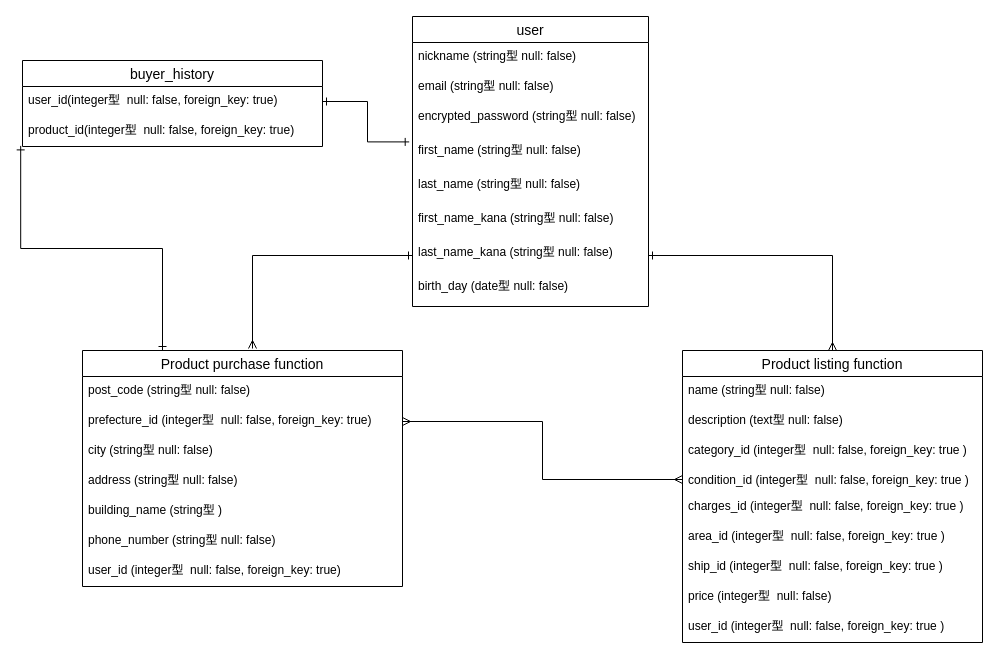
Above: furima.dio in ocha185/furima-33547 (draw.io), before the change. Source tidied: cells renumbered, new cells numbered last; positions are measured from the earlier drawing's top-left corner, leaving out a move shared by most shapes. Both pictures are drawn from the tidied source at 100%, with x=0, y=0 at pixel (22, 16).
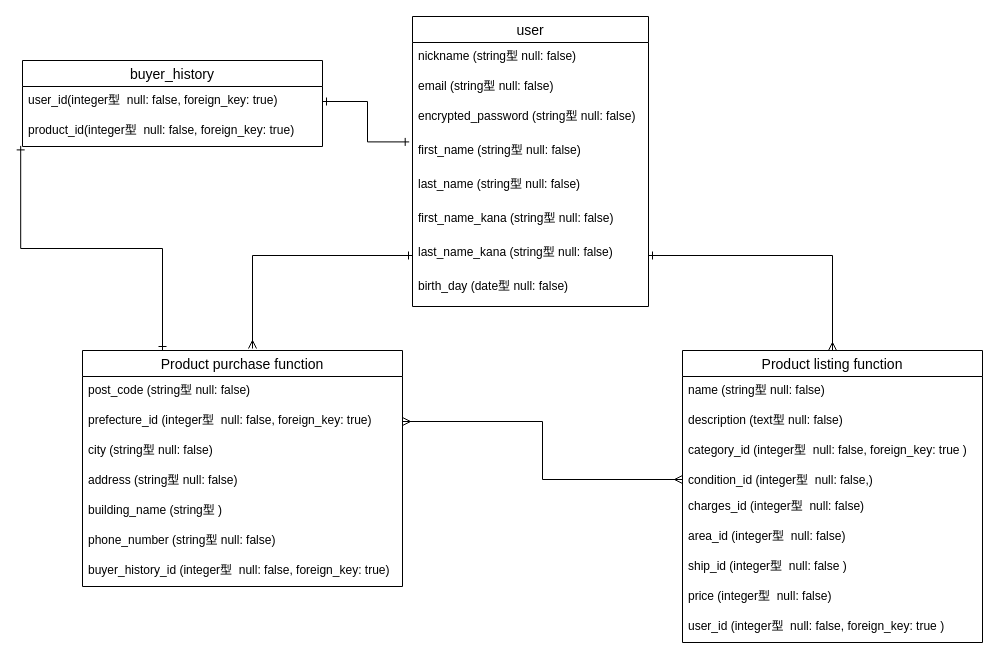
The same diagram, later.

Commit message (it also covers changes not shown here):
データベースの修正5

The change refers to these unchanged cells:
```xml
<mxCell id="11" value="Product listing function" style="swimlane;fontStyle=0;horizontal=1;startSize=26;align=center;fontSize=14;" parent="1" vertex="1">
  <mxGeometry x="660" y="334" width="300" height="292" as="geometry" />
</mxCell>
<mxCell id="22" value="Product purchase function" style="swimlane;fontStyle=0;horizontal=1;startSize=26;align=center;fontSize=14;" parent="1" vertex="1">
  <mxGeometry x="60" y="334" width="320" height="236" as="geometry" />
</mxCell>
```

What changed in the source:
```diff
@@
-    <mxCell id="15" value="condition_id (integer型  null: false, foreign_key: true )" style="text;strokeColor=none;fillColor=none;spacingLeft=4;spacingRight=4;overflow=hidden;points=[[0,0.5],[1,0.5]];portConstraint=eastwest;fontSize=12;" parent="11" vertex="1">
+    <mxCell id="15" value="condition_id (integer型  null: false,)" style="text;strokeColor=none;fillColor=none;spacingLeft=4;spacingRight=4;overflow=hidden;points=[[0,0.5],[1,0.5]];portConstraint=eastwest;fontSize=12;" parent="11" vertex="1">
       <mxGeometry y="116" width="300" height="26" as="geometry" />
     </mxCell>
-    <mxCell id="16" value="charges_id (integer型  null: false, foreign_key: true )" style="text;strokeColor=none;fillColor=none;spacingLeft=4;spacingRight=4;overflow=hidden;fontSize=12;" parent="11" vertex="1">
+    <mxCell id="16" value="charges_id (integer型  null: false)" style="text;strokeColor=none;fillColor=none;spacingLeft=4;spacingRight=4;overflow=hidden;fontSize=12;" parent="11" vertex="1">
       <mxGeometry y="142" width="300" height="30" as="geometry" />
     </mxCell>
-    <mxCell id="17" value="area_id (integer型  null: false, foreign_key: true )" style="text;strokeColor=none;fillColor=none;spacingLeft=4;spacingRight=4;overflow=hidden;fontSize=12;" parent="11" vertex="1">
+    <mxCell id="17" value="area_id (integer型  null: false)" style="text;strokeColor=none;fillColor=none;spacingLeft=4;spacingRight=4;overflow=hidden;fontSize=12;" parent="11" vertex="1">
       <mxGeometry y="172" width="300" height="30" as="geometry" />
     </mxCell>
-    <mxCell id="18" value="ship_id (integer型  null: false, foreign_key: true )" style="text;strokeColor=none;fillColor=none;spacingLeft=4;spacingRight=4;overflow=hidden;fontSize=12;" parent="11" vertex="1">
+    <mxCell id="18" value="ship_id (integer型  null: false )" style="text;strokeColor=none;fillColor=none;spacingLeft=4;spacingRight=4;overflow=hidden;fontSize=12;" parent="11" vertex="1">
       <mxGeometry y="202" width="300" height="30" as="geometry" />
     </mxCell>
@@
-    <mxCell id="29" value="user_id (integer型  null: false, foreign_key: true)" style="text;strokeColor=none;fillColor=none;spacingLeft=4;spacingRight=4;overflow=hidden;fontSize=12;" parent="22" vertex="1">
+    <mxCell id="29" value="buyer_history_id (integer型  null: false, foreign_key: true)" style="text;strokeColor=none;fillColor=none;spacingLeft=4;spacingRight=4;overflow=hidden;fontSize=12;" parent="22" vertex="1">
       <mxGeometry y="206" width="320" height="30" as="geometry" />
     </mxCell>
```
